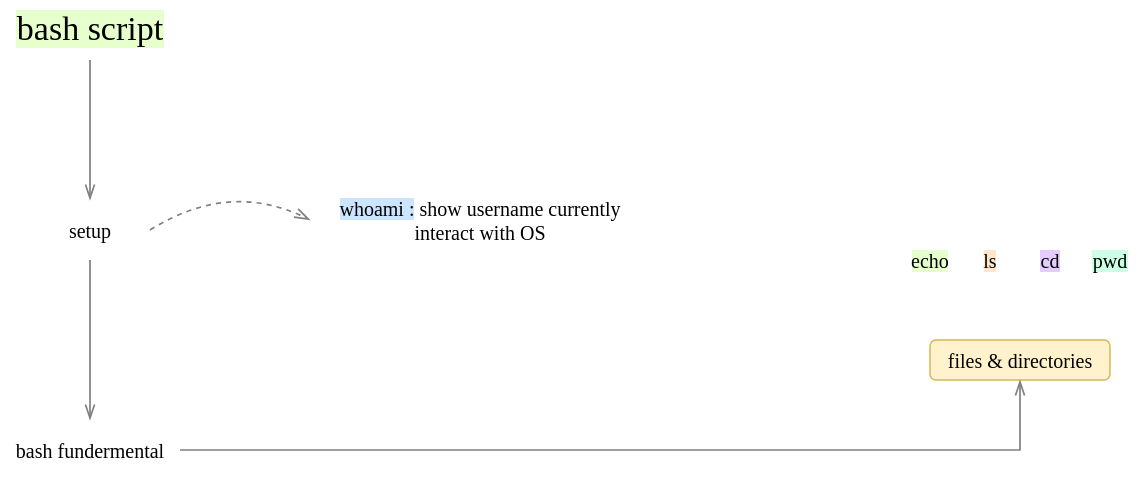
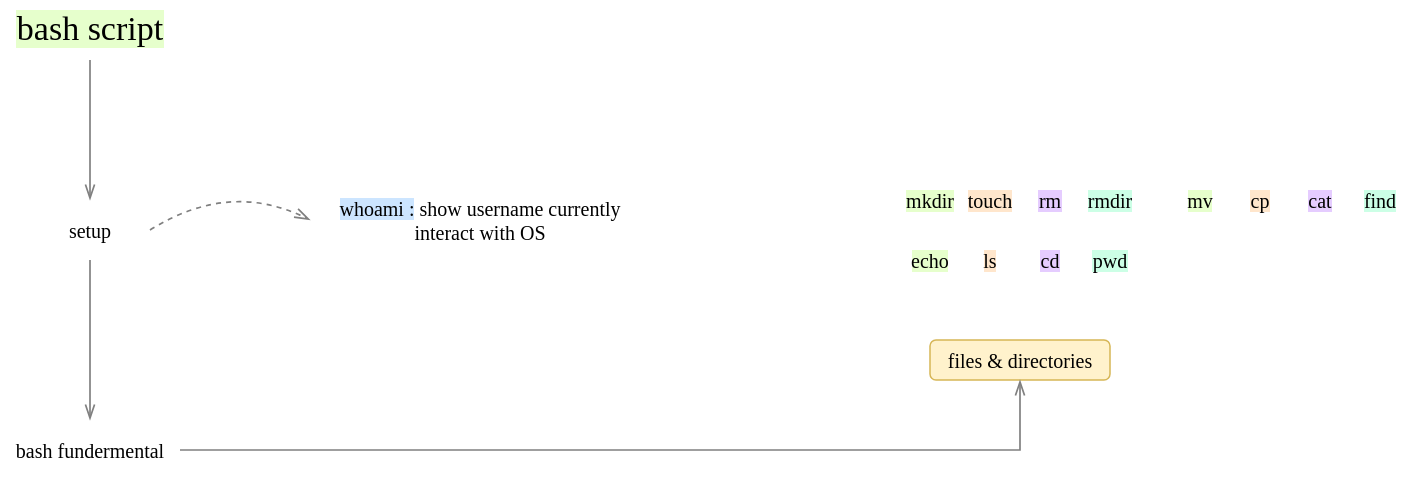
<mxfile host="app.diagrams.net">
  <diagram name="Page-1" id="ASFAg3QW-8pENEQWLq1w">
    <mxGraphModel dx="913" dy="409" grid="1" gridSize="10" guides="1" tooltips="1" connect="1" arrows="1" fold="1" page="1" pageScale="1" pageWidth="827" pageHeight="1169" math="0" shadow="0">
      <root>
        <mxCell id="0" />
        <mxCell id="1" parent="0" />
        <mxCell id="yHV59lyykjLdx_5fFAOr-2" parent="1" style="text;html=1;whiteSpace=wrap;strokeColor=none;fillColor=none;align=center;verticalAlign=middle;rounded=0;fontFamily=Comic Sans MS;fontSize=17;" value="&lt;span style=&quot;background-color: rgb(230, 255, 204);&quot;&gt;bash script&lt;/span&gt;" vertex="1">
          <mxGeometry height="30" width="80" x="320" y="240" as="geometry" />
        </mxCell>
        <mxCell id="yHV59lyykjLdx_5fFAOr-3" parent="1" style="text;html=1;whiteSpace=wrap;strokeColor=none;fillColor=none;align=center;verticalAlign=middle;rounded=0;fontFamily=Comic Sans MS;fontSize=10;" value="setup " vertex="1">
          <mxGeometry height="30" width="60" x="330" y="340" as="geometry" />
        </mxCell>
        <mxCell id="yHV59lyykjLdx_5fFAOr-4" edge="1" parent="1" source="yHV59lyykjLdx_5fFAOr-2" style="endArrow=openThin;html=1;rounded=0;strokeColor=#808080;endFill=0;strokeWidth=0.85;entryX=0.5;entryY=0;entryDx=0;entryDy=0;exitX=0.5;exitY=1;exitDx=0;exitDy=0;" target="yHV59lyykjLdx_5fFAOr-3" value="">
          <mxGeometry height="50" relative="1" width="50" as="geometry">
            <Array as="points" />
            <mxPoint x="420" y="330" as="sourcePoint" />
            <mxPoint x="420" y="389" as="targetPoint" />
          </mxGeometry>
        </mxCell>
        <mxCell id="yHV59lyykjLdx_5fFAOr-7" edge="1" parent="1" source="yHV59lyykjLdx_5fFAOr-3" style="endArrow=openThin;html=1;rounded=0;strokeColor=#808080;endFill=0;strokeWidth=0.85;exitX=0.5;exitY=1;exitDx=0;exitDy=0;" target="yHV59lyykjLdx_5fFAOr-12" value="">
          <mxGeometry height="50" relative="1" width="50" as="geometry">
            <Array as="points" />
            <mxPoint x="420" y="330" as="sourcePoint" />
            <mxPoint x="360" y="440" as="targetPoint" />
          </mxGeometry>
        </mxCell>
        <mxCell id="yHV59lyykjLdx_5fFAOr-8" parent="1" style="rounded=1;whiteSpace=wrap;html=1;strokeColor=none;fontFamily=Comic Sans MS;strokeWidth=0.75;fontSize=10;" value="&lt;span style=&quot;background-color: rgb(204, 229, 255);&quot;&gt;whoami :&lt;/span&gt;&lt;span&gt; show username currently interact with OS&lt;/span&gt;" vertex="1">
          <mxGeometry height="20" width="170" x="470" y="340" as="geometry" />
        </mxCell>
        <mxCell id="yHV59lyykjLdx_5fFAOr-11" edge="1" parent="1" source="yHV59lyykjLdx_5fFAOr-3" style="endArrow=openThin;html=1;rounded=0;strokeColor=#808080;endFill=0;strokeWidth=0.85;entryX=0;entryY=0.5;entryDx=0;entryDy=0;exitX=1;exitY=0.5;exitDx=0;exitDy=0;curved=1;dashed=1;" target="yHV59lyykjLdx_5fFAOr-8" value="">
          <mxGeometry height="50" relative="1" width="50" as="geometry">
            <Array as="points">
              <mxPoint x="430" y="330" />
            </Array>
            <mxPoint x="420" y="330" as="sourcePoint" />
            <mxPoint x="420" y="389" as="targetPoint" />
          </mxGeometry>
        </mxCell>
        <mxCell id="yHV59lyykjLdx_5fFAOr-12" parent="1" style="text;html=1;whiteSpace=wrap;strokeColor=none;fillColor=none;align=center;verticalAlign=middle;rounded=0;fontFamily=Comic Sans MS;fontSize=10;" value="bash fundermental" vertex="1">
          <mxGeometry height="30" width="90" x="315" y="450" as="geometry" />
        </mxCell>
        <mxCell id="yHV59lyykjLdx_5fFAOr-13" parent="1" style="rounded=1;whiteSpace=wrap;html=1;strokeColor=#d6b656;fontFamily=Comic Sans MS;strokeWidth=0.75;fillColor=#fff2cc;fontSize=10;" value="files &amp;amp; directories" vertex="1">
          <mxGeometry height="20" width="90" x="780" y="410" as="geometry" />
        </mxCell>
        <mxCell id="yHV59lyykjLdx_5fFAOr-15" edge="1" parent="1" source="yHV59lyykjLdx_5fFAOr-12" style="endArrow=openThin;html=1;rounded=0;strokeColor=#808080;endFill=0;strokeWidth=0.85;entryX=0.5;entryY=1;entryDx=0;entryDy=0;exitX=1;exitY=0.5;exitDx=0;exitDy=0;" target="yHV59lyykjLdx_5fFAOr-13" value="">
          <mxGeometry height="50" relative="1" width="50" as="geometry">
            <Array as="points">
              <mxPoint x="825" y="465" />
            </Array>
            <mxPoint x="530" y="390" as="sourcePoint" />
            <mxPoint x="530" y="449" as="targetPoint" />
          </mxGeometry>
        </mxCell>
        <mxCell id="yHV59lyykjLdx_5fFAOr-16" parent="1" style="text;html=1;whiteSpace=wrap;strokeColor=none;fillColor=none;align=center;verticalAlign=middle;rounded=0;fontFamily=Comic Sans MS;fontSize=10;" value="&lt;span style=&quot;background-color: rgb(204, 255, 230);&quot;&gt;pwd&lt;/span&gt;" vertex="1">
          <mxGeometry height="20" width="30" x="855" y="360" as="geometry" />
        </mxCell>
        <mxCell id="yHV59lyykjLdx_5fFAOr-18" parent="1" style="text;html=1;whiteSpace=wrap;strokeColor=none;fillColor=none;align=center;verticalAlign=middle;rounded=0;fontFamily=Comic Sans MS;fontSize=10;" value="&lt;span style=&quot;background-color: rgb(229, 204, 255);&quot;&gt;cd&lt;/span&gt;" vertex="1">
          <mxGeometry height="20" width="30" x="825" y="360" as="geometry" />
        </mxCell>
        <mxCell id="yHV59lyykjLdx_5fFAOr-19" parent="1" style="text;html=1;whiteSpace=wrap;strokeColor=none;fillColor=none;align=center;verticalAlign=middle;rounded=0;fontFamily=Comic Sans MS;fontSize=10;" value="&lt;span style=&quot;background-color: rgb(255, 230, 204);&quot;&gt;ls&lt;/span&gt;" vertex="1">
          <mxGeometry height="20" width="30" x="795" y="360" as="geometry" />
        </mxCell>
        <mxCell id="yHV59lyykjLdx_5fFAOr-20" parent="1" style="text;html=1;whiteSpace=wrap;strokeColor=none;fillColor=none;align=center;verticalAlign=middle;rounded=0;fontFamily=Comic Sans MS;fontSize=10;" value="&lt;span style=&quot;background-color: rgb(230, 255, 204);&quot;&gt;echo&lt;/span&gt;" vertex="1">
          <mxGeometry height="20" width="30" x="765" y="360" as="geometry" />
        </mxCell>
+         <mxCell id="yHV59lyykjLdx_5fFAOr-21" parent="1" style="text;html=1;whiteSpace=wrap;strokeColor=none;fillColor=none;align=center;verticalAlign=middle;rounded=0;fontFamily=Comic Sans MS;fontSize=10;" value="&lt;span style=&quot;background-color: rgb(204, 255, 230);&quot;&gt;rmdir&lt;/span&gt;" vertex="1">
+           <mxGeometry height="20" width="30" x="855" y="330" as="geometry" />
+         </mxCell>
+         <mxCell id="yHV59lyykjLdx_5fFAOr-22" parent="1" style="text;html=1;whiteSpace=wrap;strokeColor=none;fillColor=none;align=center;verticalAlign=middle;rounded=0;fontFamily=Comic Sans MS;fontSize=10;" value="&lt;span style=&quot;background-color: rgb(229, 204, 255);&quot;&gt;rm&lt;/span&gt;" vertex="1">
+           <mxGeometry height="20" width="30" x="825" y="330" as="geometry" />
+         </mxCell>
+         <mxCell id="yHV59lyykjLdx_5fFAOr-23" parent="1" style="text;html=1;whiteSpace=wrap;strokeColor=none;fillColor=none;align=center;verticalAlign=middle;rounded=0;fontFamily=Comic Sans MS;fontSize=10;" value="&lt;span style=&quot;background-color: rgb(255, 230, 204);&quot;&gt;touch&lt;/span&gt;" vertex="1">
+           <mxGeometry height="20" width="30" x="795" y="330" as="geometry" />
+         </mxCell>
+         <mxCell id="yHV59lyykjLdx_5fFAOr-24" parent="1" style="text;html=1;whiteSpace=wrap;strokeColor=none;fillColor=none;align=center;verticalAlign=middle;rounded=0;fontFamily=Comic Sans MS;fontSize=10;" value="&lt;span style=&quot;background-color: rgb(230, 255, 204);&quot;&gt;mkdir&lt;/span&gt;" vertex="1">
+           <mxGeometry height="20" width="30" x="765" y="330" as="geometry" />
+         </mxCell>
+         <mxCell id="yHV59lyykjLdx_5fFAOr-25" parent="1" style="text;html=1;whiteSpace=wrap;strokeColor=none;fillColor=none;align=center;verticalAlign=middle;rounded=0;fontFamily=Comic Sans MS;fontSize=10;" value="&lt;span style=&quot;background-color: rgb(204, 255, 230);&quot;&gt;find&lt;/span&gt;" vertex="1">
+           <mxGeometry height="20" width="30" x="990" y="330" as="geometry" />
+         </mxCell>
+         <mxCell id="yHV59lyykjLdx_5fFAOr-26" parent="1" style="text;html=1;whiteSpace=wrap;strokeColor=none;fillColor=none;align=center;verticalAlign=middle;rounded=0;fontFamily=Comic Sans MS;fontSize=10;" value="&lt;span style=&quot;background-color: rgb(229, 204, 255);&quot;&gt;cat&lt;/span&gt;" vertex="1">
+           <mxGeometry height="20" width="30" x="960" y="330" as="geometry" />
+         </mxCell>
+         <mxCell id="yHV59lyykjLdx_5fFAOr-27" parent="1" style="text;html=1;whiteSpace=wrap;strokeColor=none;fillColor=none;align=center;verticalAlign=middle;rounded=0;fontFamily=Comic Sans MS;fontSize=10;" value="&lt;span style=&quot;background-color: rgb(255, 230, 204);&quot;&gt;cp&lt;/span&gt;" vertex="1">
+           <mxGeometry height="20" width="30" x="930" y="330" as="geometry" />
+         </mxCell>
+         <mxCell id="yHV59lyykjLdx_5fFAOr-28" parent="1" style="text;html=1;whiteSpace=wrap;strokeColor=none;fillColor=none;align=center;verticalAlign=middle;rounded=0;fontFamily=Comic Sans MS;fontSize=10;" value="&lt;span style=&quot;background-color: rgb(230, 255, 204);&quot;&gt;mv&lt;/span&gt;" vertex="1">
+           <mxGeometry height="20" width="30" x="900" y="330" as="geometry" />
+         </mxCell>
      </root>
    </mxGraphModel>
  </diagram>
</mxfile>
